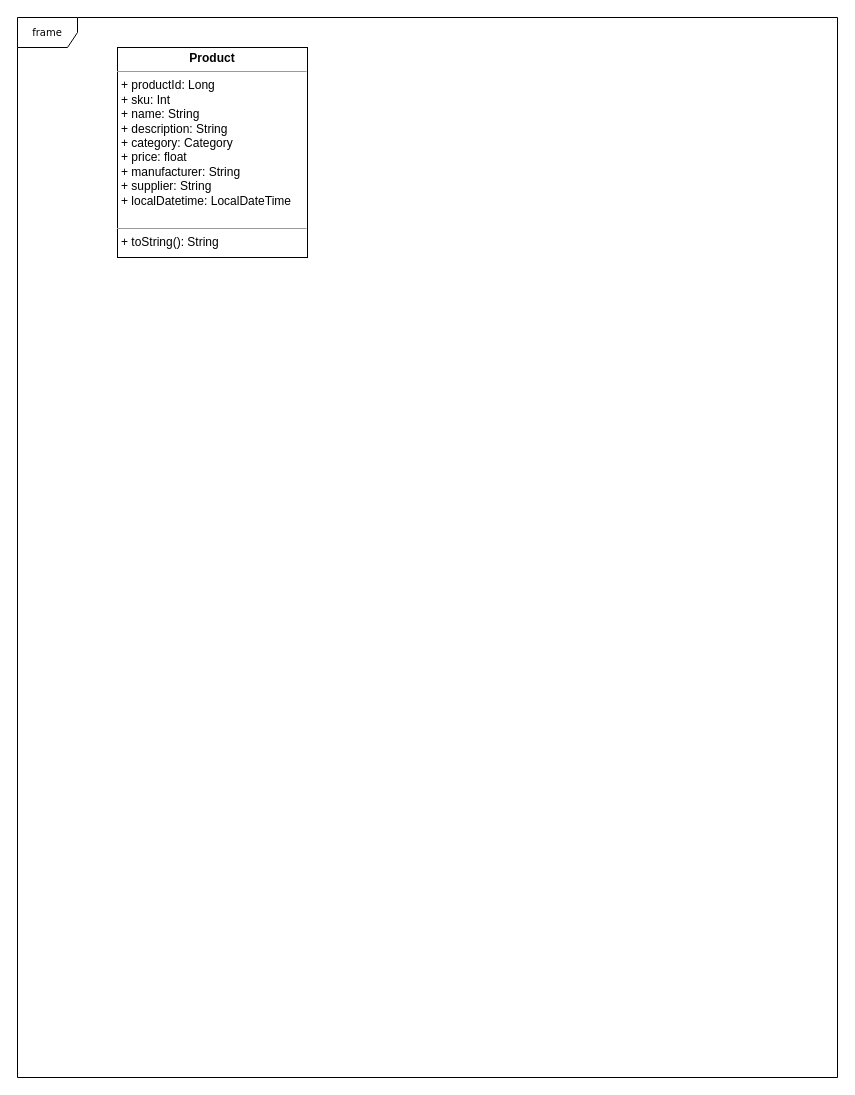
The draw.io diagram Drawio/productsUML.drawio in anderson92zolis/ecommerceChallenge, before the edit. Source tidied: cells renumbered, new cells numbered last; positions are measured from the earlier drawing's top-left corner, leaving out a move shared by most shapes. Both pictures are drawn from the tidied source at 100%, with x=0, y=0 at pixel (17, 17).
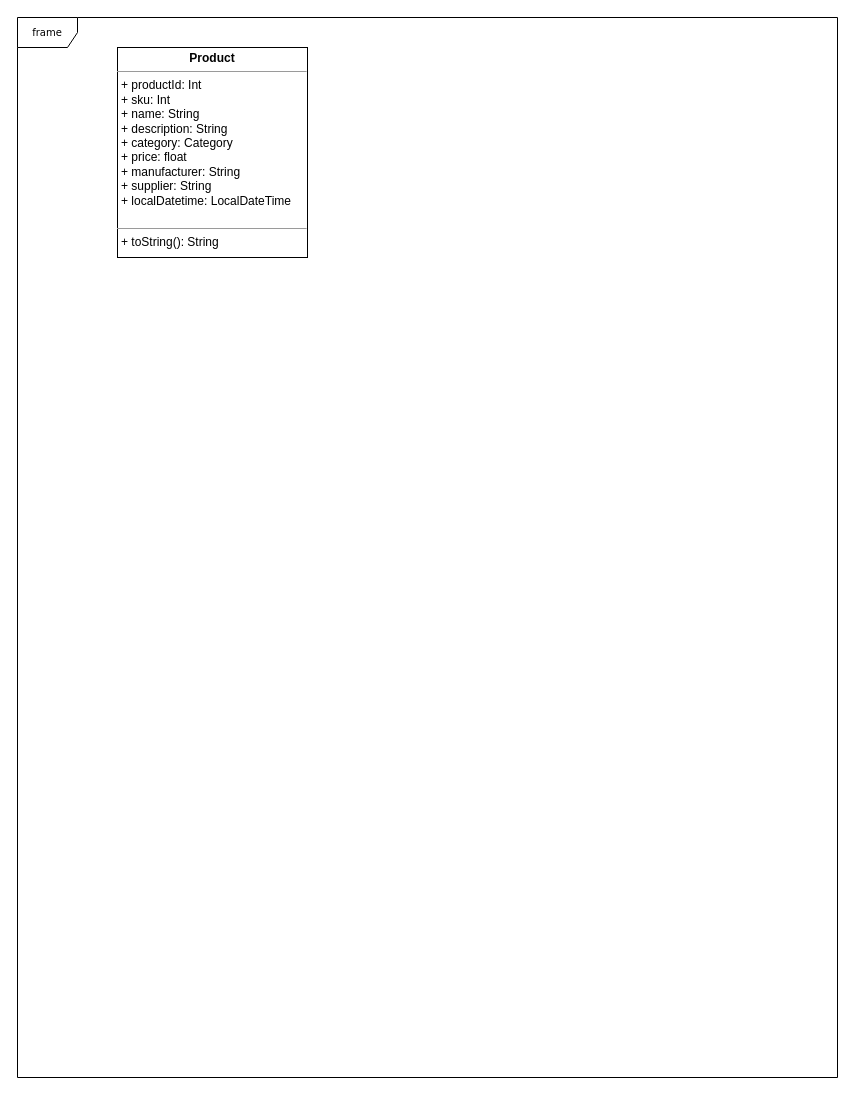
After the change.

The edit, as a diff of the source:
```diff
@@
 <mxGraphModel>
   <root>
     <mxCell id="0" />
     <mxCell id="1" parent="0" />
     <mxCell id="2" value="frame" style="shape=umlFrame;whiteSpace=wrap;html=1;rounded=0;shadow=0;comic=0;labelBackgroundColor=none;strokeWidth=1;fontFamily=Verdana;fontSize=10;align=center;" parent="1" vertex="1">
       <mxGeometry width="820" height="1060" as="geometry" />
     </mxCell>
-    <mxCell id="3" value="&lt;p style=&quot;margin:0px;margin-top:4px;text-align:center;&quot;&gt;&lt;b&gt;Product&lt;/b&gt;&lt;/p&gt;&lt;hr size=&quot;1&quot;&gt;&lt;p style=&quot;margin:0px;margin-left:4px;&quot;&gt;+ productId: Long&lt;/p&gt;&lt;p style=&quot;margin:0px;margin-left:4px;&quot;&gt;+ sku: Int&lt;br&gt;+ name: String&lt;/p&gt;&lt;p style=&quot;margin:0px;margin-left:4px;&quot;&gt;+ description: String&lt;br&gt;&lt;/p&gt;&lt;p style=&quot;margin:0px;margin-left:4px;&quot;&gt;+&amp;nbsp;category:&amp;nbsp;Category&amp;nbsp;&lt;/p&gt;&lt;p style=&quot;margin:0px;margin-left:4px;&quot;&gt;+ price: float&amp;nbsp;&lt;/p&gt;&lt;p style=&quot;margin:0px;margin-left:4px;&quot;&gt;+ manufacturer:&amp;nbsp;String&amp;nbsp;&lt;/p&gt;&lt;p style=&quot;margin:0px;margin-left:4px;&quot;&gt;&lt;span style=&quot;background-color: initial;&quot;&gt;+ supplier: String&lt;/span&gt;&lt;/p&gt;&lt;p style=&quot;margin:0px;margin-left:4px;&quot;&gt;&lt;span style=&quot;background-color: initial;&quot;&gt;+ localDatetime: LocalDateTime&lt;/span&gt;&lt;/p&gt;&lt;br&gt;&lt;hr size=&quot;1&quot;&gt;&lt;p style=&quot;margin:0px;margin-left:4px;&quot;&gt;+ toString(): String&lt;br&gt;&lt;/p&gt;" style="verticalAlign=top;align=left;overflow=fill;fontSize=12;fontFamily=Helvetica;html=1;rounded=0;shadow=0;comic=0;labelBackgroundColor=none;strokeWidth=1;" parent="1" vertex="1">
+    <mxCell id="3" value="&lt;p style=&quot;margin:0px;margin-top:4px;text-align:center;&quot;&gt;&lt;b&gt;Product&lt;/b&gt;&lt;/p&gt;&lt;hr size=&quot;1&quot;&gt;&lt;p style=&quot;margin:0px;margin-left:4px;&quot;&gt;+ productId: Int&lt;/p&gt;&lt;p style=&quot;margin:0px;margin-left:4px;&quot;&gt;+ sku: Int&lt;br&gt;+ name: String&lt;/p&gt;&lt;p style=&quot;margin:0px;margin-left:4px;&quot;&gt;+ description: String&lt;br&gt;&lt;/p&gt;&lt;p style=&quot;margin:0px;margin-left:4px;&quot;&gt;+&amp;nbsp;category:&amp;nbsp;Category&amp;nbsp;&lt;/p&gt;&lt;p style=&quot;margin:0px;margin-left:4px;&quot;&gt;+ price: float&amp;nbsp;&lt;/p&gt;&lt;p style=&quot;margin:0px;margin-left:4px;&quot;&gt;+ manufacturer:&amp;nbsp;String&amp;nbsp;&lt;/p&gt;&lt;p style=&quot;margin:0px;margin-left:4px;&quot;&gt;&lt;span style=&quot;background-color: initial;&quot;&gt;+ supplier: String&lt;/span&gt;&lt;/p&gt;&lt;p style=&quot;margin:0px;margin-left:4px;&quot;&gt;&lt;span style=&quot;background-color: initial;&quot;&gt;+ localDatetime: LocalDateTime&lt;/span&gt;&lt;/p&gt;&lt;br&gt;&lt;hr size=&quot;1&quot;&gt;&lt;p style=&quot;margin:0px;margin-left:4px;&quot;&gt;+ toString(): String&lt;br&gt;&lt;/p&gt;" style="verticalAlign=top;align=left;overflow=fill;fontSize=12;fontFamily=Helvetica;html=1;rounded=0;shadow=0;comic=0;labelBackgroundColor=none;strokeWidth=1;" parent="1" vertex="1">
       <mxGeometry x="100" y="30" width="190" height="210" as="geometry" />
     </mxCell>
   </root>
 </mxGraphModel>
```
